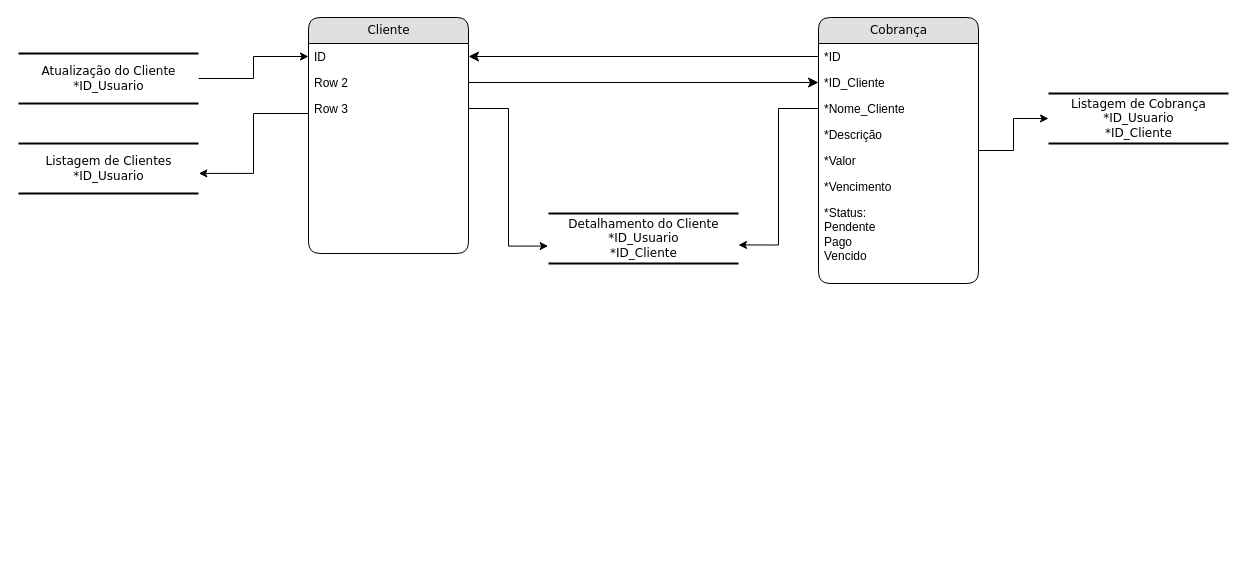
Earlier version of the draw.io diagram Diagrama sem nome.drawio (camila-f-s/camila-f-s). Source tidied: cells renumbered, new cells numbered last; positions are measured from the earlier drawing's top-left corner, leaving out a move shared by most shapes. Both pictures are drawn from the tidied source at 100%, with x=0, y=0 at pixel (18, 17).
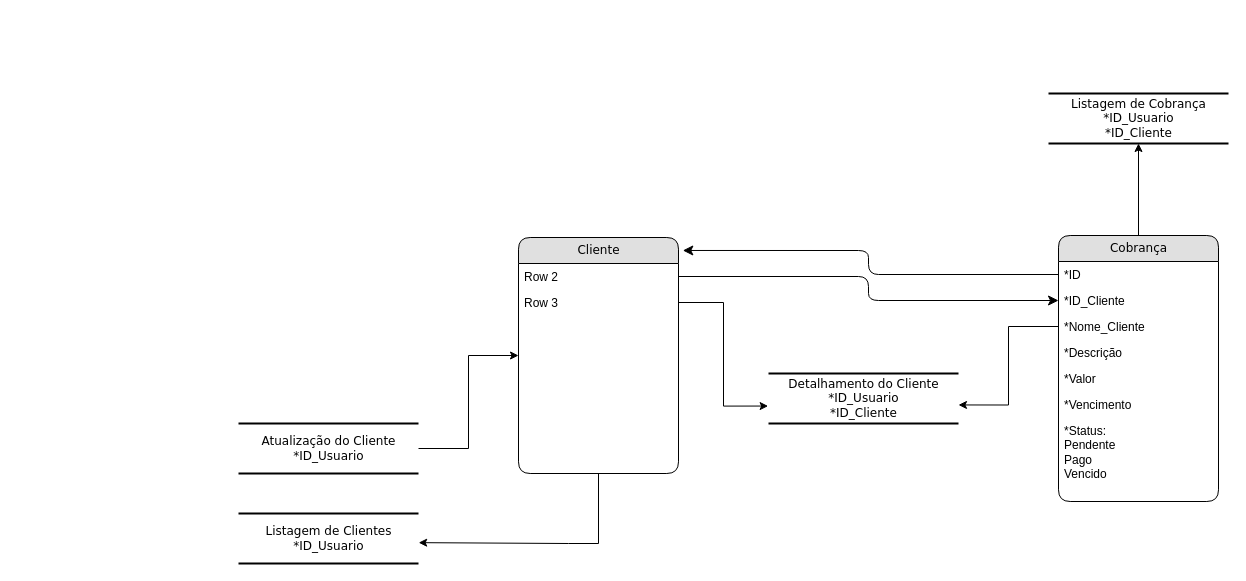
The same diagram, later.

The change refers to these unchanged cells:
```xml
<mxCell id="8" value="*ID" style="text;html=1;strokeColor=none;fillColor=none;spacingLeft=4;spacingRight=4;whiteSpace=wrap;overflow=hidden;points=[[0,0.5],[1,0.5]];portConstraint=eastwest;" parent="7" vertex="1">
  <mxGeometry y="26" width="160" height="26" as="geometry" />
</mxCell>
```

The edit, as a diff of the source:
```diff
@@
+    <mxCell id="25" style="edgeStyle=orthogonalEdgeStyle;rounded=0;jettySize=auto;html=1;exitX=0.5;exitY=1;exitDx=0;exitDy=0;entryX=1.001;entryY=0.583;entryDx=0;entryDy=0;entryPerimeter=0;" parent="1" edge="1" source="2" target="22">
+      <mxGeometry relative="1" as="geometry">
+        <Array as="points">
+          <mxPoint x="550" y="526" />
+          <mxPoint x="380" y="526" />
+        </Array>
+      </mxGeometry>
+    </mxCell>
     <mxCell id="2" value="Cliente" style="swimlane;html=1;fontStyle=0;horizontal=1;startSize=26;fillColor=#e0e0e0;swimlaneFillColor=#ffffff;align=center;rounded=1;shadow=0;comic=0;labelBackgroundColor=none;strokeWidth=1;fontFamily=Verdana;fontSize=12;" parent="1" vertex="1">
-      <mxGeometry x="290" width="160" height="236" as="geometry" />
+      <mxGeometry x="500" y="220" width="160" height="236" as="geometry" />
     </mxCell>
-    <mxCell id="3" value="ID" style="text;html=1;strokeColor=none;fillColor=none;spacingLeft=4;spacingRight=4;whiteSpace=wrap;overflow=hidden;points=[[0,0.5],[1,0.5]];portConstraint=eastwest;" parent="2" vertex="1">
-      <mxGeometry y="26" width="160" height="26" as="geometry" />
-    </mxCell>
     <mxCell id="4" value="Row 2" style="text;html=1;strokeColor=none;fillColor=none;spacingLeft=4;spacingRight=4;whiteSpace=wrap;overflow=hidden;points=[[0,0.5],[1,0.5]];portConstraint=eastwest;" parent="2" vertex="1">
-      <mxGeometry y="52" width="160" height="26" as="geometry" />
+      <mxGeometry y="26" width="160" height="26" as="geometry" />
     </mxCell>
     <mxCell id="5" value="Row 3" style="text;html=1;strokeColor=none;fillColor=none;spacingLeft=4;spacingRight=4;whiteSpace=wrap;overflow=hidden;points=[[0,0.5],[1,0.5]];portConstraint=eastwest;" parent="2" vertex="1">
-      <mxGeometry y="78" width="160" height="26" as="geometry" />
+      <mxGeometry y="52" width="160" height="26" as="geometry" />
     </mxCell>
@@
     <mxCell id="7" value="Cobrança" style="swimlane;html=1;fontStyle=0;horizontal=1;startSize=26;fillColor=#e0e0e0;swimlaneFillColor=#ffffff;align=center;rounded=1;shadow=0;comic=0;labelBackgroundColor=none;strokeWidth=1;fontFamily=Verdana;fontSize=12;" parent="1" vertex="1">
-      <mxGeometry x="800" width="160" height="266" as="geometry" />
+      <mxGeometry x="1040" y="218" width="160" height="266" as="geometry" />
     </mxCell>
@@
-    <mxCell id="16" style="edgeStyle=orthogonalEdgeStyle;html=1;exitX=0;exitY=0.5;entryX=1;entryY=0.5;labelBackgroundColor=none;startFill=0;startSize=8;endFill=1;endSize=8;fontFamily=Verdana;fontSize=12;" parent="1" edge="1" source="8" target="3">
+    <mxCell id="16" style="edgeStyle=orthogonalEdgeStyle;html=1;exitX=0;exitY=0.5;entryX=1.027;entryY=0.055;labelBackgroundColor=none;startFill=0;startSize=8;endFill=1;endSize=8;fontFamily=Verdana;fontSize=12;entryDx=0;entryDy=0;entryPerimeter=0;" parent="1" edge="1" source="8" target="2">
       <mxGeometry relative="1" as="geometry" />
     </mxCell>
     <mxCell id="17" value="Atualização do Cliente&lt;br&gt;*ID_Usuario" style="html=1;rounded=0;shadow=0;comic=0;labelBackgroundColor=none;strokeWidth=2;fontFamily=Verdana;fontSize=12;align=center;shape=mxgraph.ios7ui.horLines;" parent="1" vertex="1">
-      <mxGeometry y="36" width="180" height="50" as="geometry" />
+      <mxGeometry x="220" y="406" width="180" height="50" as="geometry" />
     </mxCell>
-    <mxCell id="18" style="edgeStyle=orthogonalEdgeStyle;rounded=0;jettySize=auto;html=1;" parent="1" edge="1" source="17" target="3">
+    <mxCell id="18" style="edgeStyle=orthogonalEdgeStyle;rounded=0;jettySize=auto;html=1;entryX=0;entryY=0.5;entryDx=0;entryDy=0;" parent="1" edge="1" source="17" target="2">
       <mxGeometry relative="1" as="geometry" />
     </mxCell>
     <mxCell id="19" value="Detalhamento do Cliente&lt;br&gt;*ID_Usuario&lt;br&gt;*ID_Cliente" style="html=1;rounded=0;shadow=0;comic=0;labelBackgroundColor=none;strokeWidth=2;fontFamily=Verdana;fontSize=12;align=center;shape=mxgraph.ios7ui.horLines;" parent="1" vertex="1">
-      <mxGeometry x="530" y="196" width="190" height="50" as="geometry" />
+      <mxGeometry x="750" y="356" width="190" height="50" as="geometry" />
     </mxCell>
@@
     <mxCell id="22" value="Listagem de Clientes&lt;br&gt;*ID_Usuario" style="html=1;rounded=0;shadow=0;comic=0;labelBackgroundColor=none;strokeWidth=2;fontFamily=Verdana;fontSize=12;align=center;shape=mxgraph.ios7ui.horLines;" parent="1" vertex="1">
-      <mxGeometry y="126" width="180" height="50" as="geometry" />
+      <mxGeometry x="220" y="496" width="180" height="50" as="geometry" />
     </mxCell>
-    <mxCell id="23" style="edgeStyle=orthogonalEdgeStyle;rounded=0;jettySize=auto;html=1;exitX=0;exitY=0.5;exitDx=0;exitDy=0;entryX=1.002;entryY=0.598;entryDx=0;entryDy=0;entryPerimeter=0;" parent="1" edge="1" source="4" target="22">
-      <mxGeometry relative="1" as="geometry">
-        <Array as="points">
-          <mxPoint x="290" y="96" />
-          <mxPoint x="235" y="96" />
-          <mxPoint x="235" y="156" />
-        </Array>
-      </mxGeometry>
-    </mxCell>
```
